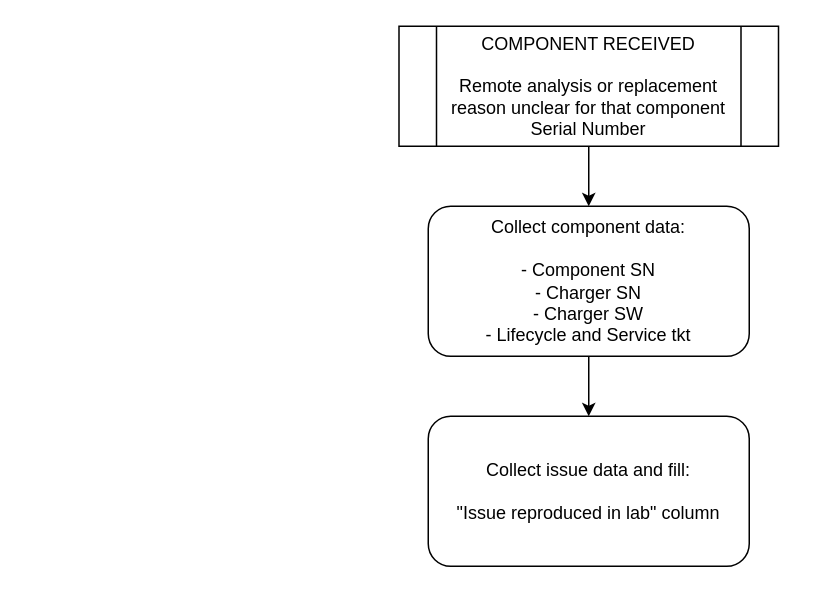
Earlier version of the draw.io diagram R&A_RS.drawio (gialla1987/test-meter). Source tidied: cells renumbered, new cells numbered last; positions are measured from the earlier drawing's top-left corner, leaving out a move shared by most shapes. Both pictures are drawn from the tidied source at 150%, with x=0, y=0 at pixel (398, 26).
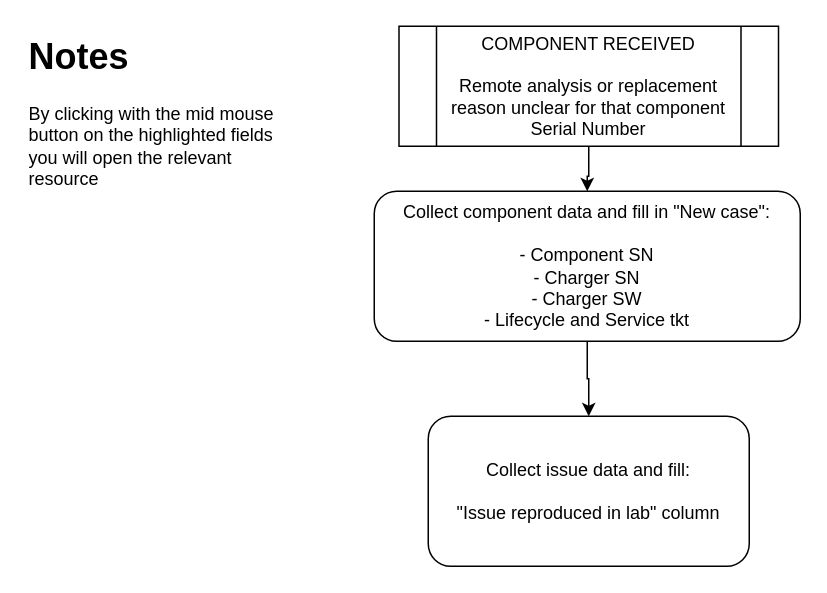
The same page after the edit.

Change to the diagram source:
```diff
@@
 <mxGraphModel>
   <root>
     <mxCell id="0" />
     <mxCell id="1" parent="0" />
     <mxCell id="2" style="edgeStyle=orthogonalEdgeStyle;rounded=0;jettySize=auto;html=1;entryX=0.5;entryY=0;entryDx=0;entryDy=0;" parent="1" edge="1" source="3" target="5">
       <mxGeometry relative="1" as="geometry" />
     </mxCell>
     <mxCell id="3" value="&lt;div&gt;COMPONENT RECEIVED&lt;/div&gt;&lt;div&gt;&lt;br&gt;&lt;div&gt;Remote analysis or replacement reason unclear for that component Serial Number&lt;/div&gt;&lt;/div&gt;" style="shape=process;whiteSpace=wrap;html=1;backgroundOutline=1;" parent="1" vertex="1">
       <mxGeometry x="0.5" width="253" height="80" as="geometry" />
     </mxCell>
     <mxCell id="4" style="edgeStyle=orthogonalEdgeStyle;rounded=0;jettySize=auto;html=1;entryX=0.5;entryY=0;entryDx=0;entryDy=0;" parent="1" edge="1" source="5" target="6">
       <mxGeometry relative="1" as="geometry" />
     </mxCell>
-    <mxCell id="5" value="Collect component data:&lt;div&gt;&lt;br&gt;&lt;div&gt;- Component SN&lt;br&gt;&lt;div&gt;&lt;div&gt;&lt;div&gt;- Charger SN&lt;/div&gt;&lt;div&gt;- Charger SW&lt;/div&gt;&lt;/div&gt;&lt;div&gt;- Lifecycle and Service tkt&lt;/div&gt;&lt;/div&gt;&lt;/div&gt;&lt;/div&gt;" style="rounded=1;whiteSpace=wrap;html=1;" parent="1" vertex="1">
-      <mxGeometry x="20" y="120" width="214" height="100" as="geometry" />
+    <mxCell id="5" value="Collect component data and fill in &quot;New case&lt;span style=&quot;background-color: transparent; color: light-dark(rgb(0, 0, 0), rgb(255, 255, 255));&quot;&gt;&quot;:&lt;/span&gt;&lt;div&gt;&lt;div&gt;&lt;br&gt;&lt;div&gt;- Component SN&lt;br&gt;&lt;div&gt;&lt;div&gt;&lt;div&gt;- Charger SN&lt;/div&gt;&lt;div&gt;- Charger SW&lt;/div&gt;&lt;/div&gt;&lt;div&gt;- Lifecycle and Service tkt&lt;/div&gt;&lt;/div&gt;&lt;/div&gt;&lt;/div&gt;&lt;/div&gt;" style="rounded=1;whiteSpace=wrap;html=1;fillStyle=solid;fillColor=default;gradientColor=none;" parent="1" vertex="1">
+      <mxGeometry x="-16" y="110" width="284" height="100" as="geometry" />
     </mxCell>
     <mxCell id="6" value="Collect issue data and fill:&lt;div&gt;&lt;div&gt;&lt;br&gt;&lt;/div&gt;&lt;div&gt;&quot;Issue reproduced in lab&quot; column&lt;/div&gt;&lt;/div&gt;" style="rounded=1;whiteSpace=wrap;html=1;" parent="1" vertex="1">
       <mxGeometry x="20" y="260" width="214" height="100" as="geometry" />
     </mxCell>
+    <mxCell id="7" value="&lt;h1 style=&quot;margin-top: 0px;&quot;&gt;Notes&lt;/h1&gt;&lt;p&gt;By clicking with the mid mouse button on the highlighted fields you will open the relevant resource&lt;/p&gt;" style="text;html=1;whiteSpace=wrap;overflow=hidden;rounded=0;" parent="1" vertex="1">
+      <mxGeometry x="-248" width="180" height="120" as="geometry" />
+    </mxCell>
   </root>
 </mxGraphModel>
```
